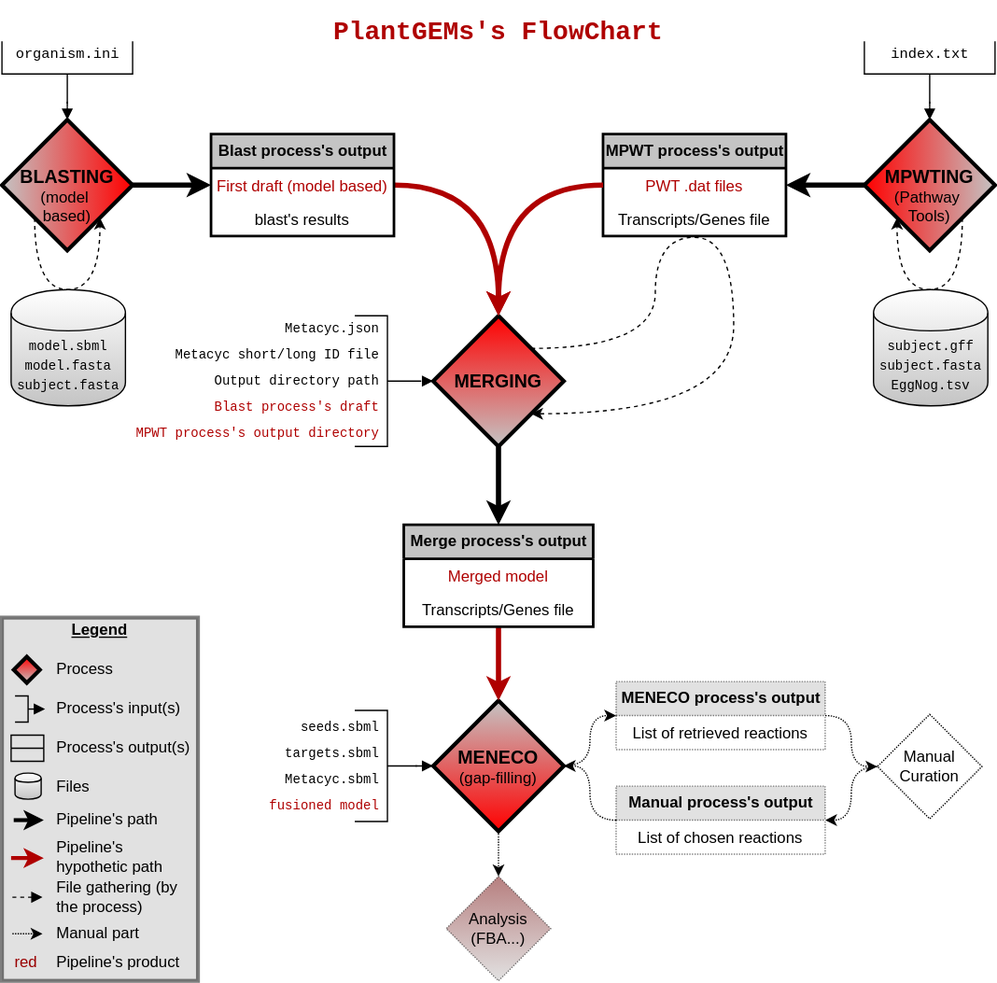
This is Flowchart_PlantGEMs.drawio.svg from AsaLap/PlantGEMs, a draw.io export, as it was before one commit. Source tidied: cells renumbered, new cells last; positions are measured from the earlier drawing's top-left corner, leaving out a move shared by most shapes.
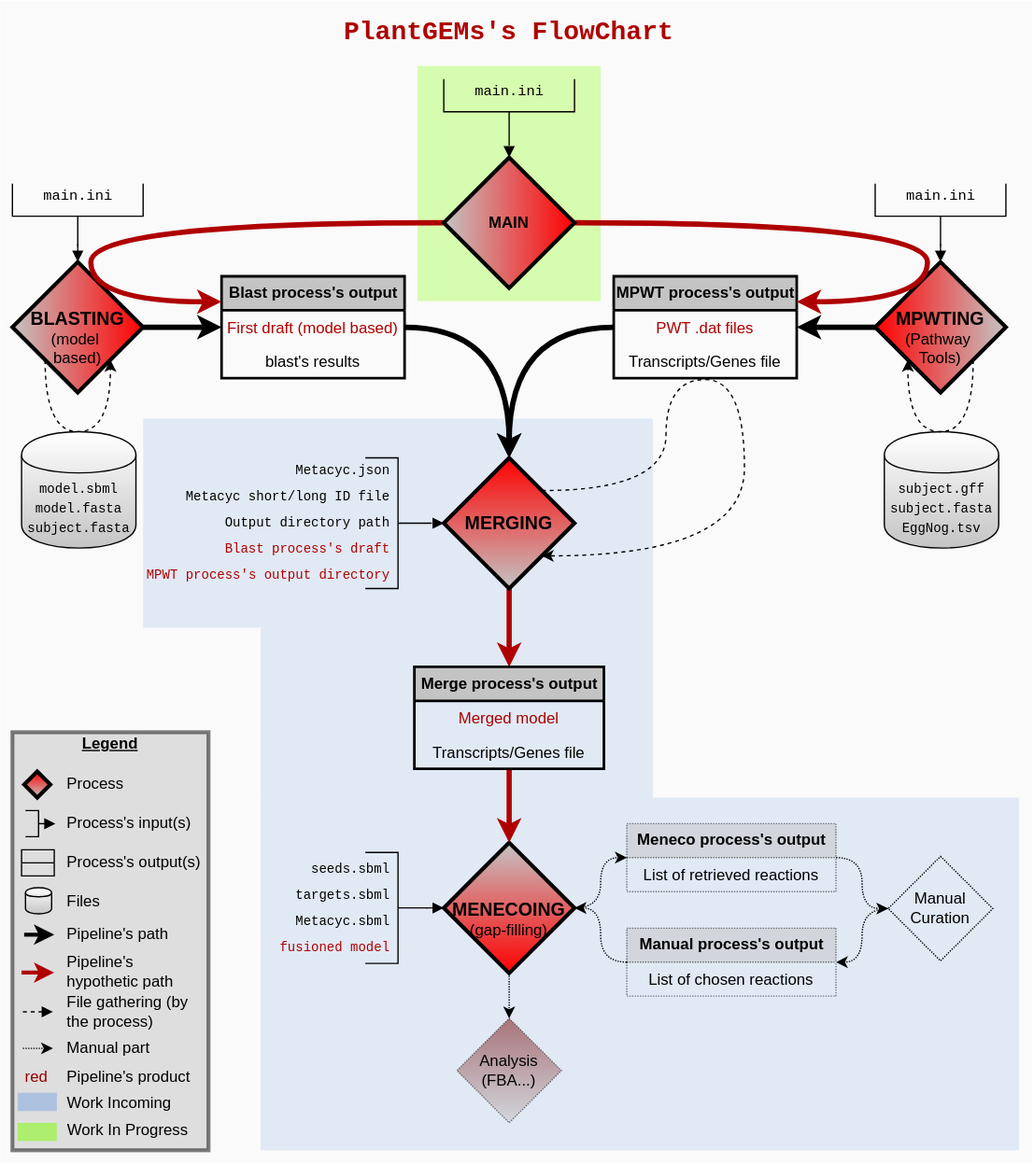
Later version of the same file.

Change to the diagram source:
```diff
@@ -4,4 +4,19 @@
     <mxCell id="1" parent="0" />
+    <mxCell id="77" style="rounded=0;whiteSpace=wrap;html=1;shadow=0;strokeColor=none;fillColor=#FAFAFA;" parent="1" vertex="1">
+      <mxGeometry x="-9.2" y="-119" width="789.2" height="890" as="geometry" />
+    </mxCell>
+    <mxCell id="78" style="rounded=0;whiteSpace=wrap;html=1;fillColor=#80FF00;shadow=0;opacity=30;strokeColor=none;" parent="1" vertex="1">
+      <mxGeometry x="310" y="-69" width="140" height="180" as="geometry" />
+    </mxCell>
+    <mxCell id="79" style="rounded=0;whiteSpace=wrap;html=1;fillColor=#7EA6E0;shadow=0;opacity=20;strokeColor=none;" parent="1" vertex="1">
+      <mxGeometry x="100" y="201" width="390" height="160" as="geometry" />
+    </mxCell>
+    <mxCell id="80" style="rounded=0;whiteSpace=wrap;html=1;fillColor=#7EA6E0;shadow=0;opacity=20;strokeColor=none;" parent="1" vertex="1">
+      <mxGeometry x="190" y="361" width="300" height="130" as="geometry" />
+    </mxCell>
+    <mxCell id="81" style="rounded=0;whiteSpace=wrap;html=1;fillColor=#7EA6E0;shadow=0;opacity=20;strokeColor=none;" parent="1" vertex="1">
+      <mxGeometry x="190" y="491" width="580" height="270" as="geometry" />
+    </mxCell>
-    <mxCell id="2" value="&lt;font color=&quot;#000000&quot;&gt;&lt;b&gt;&lt;u&gt;Legend&lt;br&gt;&lt;br&gt;&lt;/u&gt;&lt;/b&gt;&lt;br&gt;&lt;br&gt;&lt;br&gt;&lt;br&gt;&lt;br&gt;&lt;br&gt;&lt;br&gt;&lt;br&gt;&lt;br&gt;&lt;br&gt;&lt;/font&gt;&lt;div style=&quot;text-align: left&quot;&gt;&lt;font color=&quot;#000000&quot;&gt;&lt;br&gt;&lt;/font&gt;&lt;/div&gt;&lt;div style=&quot;text-align: left&quot;&gt;&lt;font color=&quot;#000000&quot;&gt;&lt;br&gt;&lt;/font&gt;&lt;/div&gt;&lt;div style=&quot;text-align: left&quot;&gt;&lt;font color=&quot;#000000&quot;&gt;&lt;br&gt;&lt;/font&gt;&lt;/div&gt;&lt;div style=&quot;text-align: left&quot;&gt;&lt;font color=&quot;#000000&quot;&gt;&lt;br&gt;&lt;/font&gt;&lt;/div&gt;&lt;div style=&quot;text-align: left&quot;&gt;&lt;br&gt;&lt;/div&gt;&lt;div style=&quot;text-align: left&quot;&gt;&lt;br&gt;&lt;/div&gt;&lt;div style=&quot;text-align: left&quot;&gt;&lt;br&gt;&lt;/div&gt;" style="rounded=0;whiteSpace=wrap;html=1;labelBackgroundColor=none;strokeWidth=3;fontColor=#FFFFFF;align=center;shadow=0;opacity=50;gradientDirection=north;fillColor=#C4C4C4;" parent="1" vertex="1">
-      <mxGeometry y="462" width="150" height="278" as="geometry" />
+    <mxCell id="2" value="&lt;font color=&quot;#000000&quot;&gt;&lt;b&gt;&lt;u&gt;Legend&lt;br&gt;&lt;br&gt;&lt;/u&gt;&lt;/b&gt;&lt;br&gt;&lt;br&gt;&lt;br&gt;&lt;br&gt;&lt;br&gt;&lt;br&gt;&lt;br&gt;&lt;br&gt;&lt;br&gt;&lt;br&gt;&lt;/font&gt;&lt;div style=&quot;text-align: left&quot;&gt;&lt;font color=&quot;#000000&quot;&gt;&lt;br&gt;&lt;/font&gt;&lt;/div&gt;&lt;div style=&quot;text-align: left&quot;&gt;&lt;font color=&quot;#000000&quot;&gt;&lt;br&gt;&lt;/font&gt;&lt;/div&gt;&lt;div style=&quot;text-align: left&quot;&gt;&lt;font color=&quot;#000000&quot;&gt;&lt;br&gt;&lt;/font&gt;&lt;/div&gt;&lt;div style=&quot;text-align: left&quot;&gt;&lt;font color=&quot;#000000&quot;&gt;&lt;br&gt;&lt;/font&gt;&lt;/div&gt;&lt;div style=&quot;text-align: left&quot;&gt;&lt;br&gt;&lt;/div&gt;&lt;div style=&quot;text-align: left&quot;&gt;&lt;br&gt;&lt;/div&gt;&lt;div style=&quot;text-align: left&quot;&gt;&lt;br&gt;&lt;/div&gt;&lt;div style=&quot;text-align: left&quot;&gt;&lt;br&gt;&lt;/div&gt;&lt;div style=&quot;text-align: left&quot;&gt;&lt;br&gt;&lt;/div&gt;&lt;div style=&quot;text-align: left&quot;&gt;&lt;br&gt;&lt;/div&gt;" style="rounded=0;whiteSpace=wrap;html=1;labelBackgroundColor=none;strokeWidth=3;fontColor=#FFFFFF;align=center;shadow=0;opacity=50;gradientDirection=north;fillColor=#C4C4C4;" parent="1" vertex="1">
+      <mxGeometry y="441" width="150" height="320" as="geometry" />
     </mxCell>
@@ -29,3 +44,3 @@
     </mxCell>
-    <mxCell id="8" style="edgeStyle=orthogonalEdgeStyle;curved=1;jettySize=auto;html=1;entryX=0.5;entryY=0;entryDx=0;entryDy=0;startArrow=none;startFill=0;fontColor=#6F0000;strokeWidth=4;" parent="1" edge="1" source="9" target="54">
+    <mxCell id="8" style="edgeStyle=orthogonalEdgeStyle;curved=1;jettySize=auto;html=1;entryX=0.5;entryY=0;entryDx=0;entryDy=0;startArrow=none;startFill=0;fontColor=#6F0000;strokeWidth=4;strokeColor=#AF0000;" parent="1" edge="1" source="9" target="54">
       <mxGeometry relative="1" as="geometry" />
@@ -41,3 +56,3 @@
     </mxCell>
-    <mxCell id="12" value="&lt;b&gt;&lt;font style=&quot;font-size: 14px&quot;&gt;MENECO&lt;/font&gt;&lt;/b&gt;&lt;br&gt;(gap-filling)" style="rhombus;whiteSpace=wrap;html=1;rounded=0;strokeWidth=3;gradientDirection=north;gradientColor=#C4C4C4;fillColor=#FF0000;" parent="1" vertex="1">
+    <mxCell id="12" value="&lt;b&gt;&lt;font style=&quot;font-size: 14px&quot;&gt;&lt;br&gt;MENECOING&lt;/font&gt;&lt;/b&gt;&lt;br&gt;(gap-filling)" style="rhombus;whiteSpace=wrap;html=1;rounded=0;strokeWidth=3;gradientDirection=north;gradientColor=#C4C4C4;fillColor=#FF0000;" parent="1" vertex="1">
       <mxGeometry x="330" y="525.5" width="100" height="100" as="geometry" />
@@ -68,3 +83,3 @@
     </mxCell>
-    <mxCell id="21" style="edgeStyle=orthogonalEdgeStyle;curved=1;jettySize=auto;html=1;entryX=0.5;entryY=0;entryDx=0;entryDy=0;startArrow=none;startFill=0;fillColor=#a20025;strokeWidth=4;fontColor=#AF0000;strokeColor=#AF0000;" parent="1" edge="1" source="22" target="9">
+    <mxCell id="21" style="edgeStyle=orthogonalEdgeStyle;curved=1;jettySize=auto;html=1;entryX=0.5;entryY=0;entryDx=0;entryDy=0;startArrow=none;startFill=0;fillColor=#a20025;strokeWidth=4;fontColor=#AF0000;strokeColor=#000000;" parent="1" edge="1" source="22" target="9">
       <mxGeometry relative="1" as="geometry" />
@@ -95,4 +110,4 @@
     </mxCell>
-    <mxCell id="30" value="organism.ini" style="text;html=1;align=center;verticalAlign=middle;fontFamily=Courier New;fontSize=11;" parent="1" vertex="1">
-      <mxGeometry x="5" y="21" width="90" height="20" as="geometry" />
+    <mxCell id="30" value="main.ini" style="text;html=1;align=center;verticalAlign=middle;fontFamily=Courier New;fontSize=11;" parent="1" vertex="1">
+      <mxGeometry x="15" y="21" width="70" height="20" as="geometry" />
     </mxCell>
@@ -101,3 +116,3 @@
     </mxCell>
-    <mxCell id="32" value="index.txt" style="text;html=1;align=center;verticalAlign=middle;fontFamily=Courier New;fontSize=11;" parent="1" vertex="1">
+    <mxCell id="32" value="main.ini" style="text;html=1;align=center;verticalAlign=middle;fontFamily=Courier New;fontSize=11;" parent="1" vertex="1">
       <mxGeometry x="675" y="21" width="70" height="20" as="geometry" />
@@ -134,3 +149,3 @@
     </mxCell>
-    <mxCell id="39" style="edgeStyle=orthogonalEdgeStyle;curved=1;jettySize=auto;html=1;exitX=0;exitY=0.5;exitDx=0;exitDy=0;entryX=0.5;entryY=0;entryDx=0;entryDy=0;startArrow=none;startFill=0;fontColor=#6F0000;fillColor=#a20025;strokeWidth=4;strokeColor=#AF0000;" parent="1" edge="1" source="26" target="9">
+    <mxCell id="39" style="edgeStyle=orthogonalEdgeStyle;curved=1;jettySize=auto;html=1;exitX=0;exitY=0.5;exitDx=0;exitDy=0;entryX=0.5;entryY=0;entryDx=0;entryDy=0;startArrow=none;startFill=0;fontColor=#6F0000;fillColor=#a20025;strokeWidth=4;strokeColor=#000000;" parent="1" edge="1" source="26" target="9">
       <mxGeometry relative="1" as="geometry" />
@@ -166,3 +181,3 @@
     </mxCell>
-    <mxCell id="49" value="&lt;b&gt;MENECO process's output&lt;/b&gt;" style="swimlane;fontStyle=0;horizontal=1;startSize=26;labelBackgroundColor=none;fontColor=#000000;align=center;html=1;dashed=1;dashPattern=1 1;fillColor=#C4C4C4;opacity=50;" parent="1" vertex="1">
+    <mxCell id="49" value="&lt;b&gt;Meneco process's output&lt;/b&gt;" style="swimlane;fontStyle=0;horizontal=1;startSize=26;labelBackgroundColor=none;fontColor=#000000;align=center;html=1;dashed=1;dashPattern=1 1;fillColor=#C4C4C4;opacity=50;" parent="1" vertex="1">
       <mxGeometry x="470" y="511" width="160" height="52" as="geometry" />
@@ -194,21 +209,21 @@
     <mxCell id="58" style="strokeWidth=1;html=1;shape=mxgraph.flowchart.annotation_2;align=left;labelPosition=right;direction=west;" parent="1" vertex="1">
-      <mxGeometry x="10" y="522" width="20" height="20" as="geometry" />
+      <mxGeometry x="10" y="501" width="20" height="20" as="geometry" />
     </mxCell>
     <mxCell id="59" value="Process's input(s)" style="text;html=1;align=left;verticalAlign=middle;points=[];" parent="1" vertex="1">
-      <mxGeometry x="40" y="522" width="110" height="20" as="geometry" />
+      <mxGeometry x="40" y="501" width="110" height="20" as="geometry" />
     </mxCell>
     <mxCell id="60" value="Process's output(s)" style="text;html=1;align=left;verticalAlign=middle;" parent="1" vertex="1">
-      <mxGeometry x="39.5" y="552" width="120" height="20" as="geometry" />
+      <mxGeometry x="39.5" y="531" width="120" height="20" as="geometry" />
     </mxCell>
     <mxCell id="61" style="rhombus;whiteSpace=wrap;html=1;strokeWidth=3;fillColor=#FF0000;gradientColor=#C4C4C4;" parent="1" vertex="1">
-      <mxGeometry x="9" y="492" width="20" height="20" as="geometry" />
+      <mxGeometry x="9" y="471" width="20" height="20" as="geometry" />
     </mxCell>
     <mxCell id="62" value="Process" style="text;html=1;align=left;verticalAlign=middle;" parent="1" vertex="1">
-      <mxGeometry x="40" y="492" width="60" height="20" as="geometry" />
+      <mxGeometry x="40" y="471" width="60" height="20" as="geometry" />
     </mxCell>
     <mxCell id="63" style="shape=cylinder;whiteSpace=wrap;html=1;boundedLbl=1;backgroundOutline=1;labelBackgroundColor=none;fontColor=#000000;align=left;gradientColor=#ffffff;fillColor=#C4C4C4;gradientDirection=north;" parent="1" vertex="1">
-      <mxGeometry x="10" y="581" width="20" height="20" as="geometry" />
+      <mxGeometry x="10" y="560" width="20" height="20" as="geometry" />
     </mxCell>
     <mxCell id="64" value="Files" style="text;html=1;align=left;verticalAlign=middle;" parent="1" vertex="1">
-      <mxGeometry x="40" y="582" width="40" height="20" as="geometry" />
+      <mxGeometry x="40" y="561" width="40" height="20" as="geometry" />
     </mxCell>
@@ -216,4 +231,4 @@
       <mxGeometry relative="1" as="geometry">
-        <mxPoint x="8" y="676" as="sourcePoint" />
-        <mxPoint x="31" y="676" as="targetPoint" />
+        <mxPoint x="8" y="655" as="sourcePoint" />
+        <mxPoint x="31" y="655" as="targetPoint" />
       </mxGeometry>
@@ -221,9 +236,9 @@
     <mxCell id="66" value="File gathering (by &lt;br&gt;the process)" style="text;html=1;align=left;verticalAlign=middle;" parent="1" vertex="1">
-      <mxGeometry x="40" y="661" width="110" height="30" as="geometry" />
+      <mxGeometry x="40" y="640" width="110" height="30" as="geometry" />
     </mxCell>
     <mxCell id="67" value="Manual part" style="text;html=1;align=left;verticalAlign=middle;" parent="1" vertex="1">
-      <mxGeometry x="40" y="694" width="80" height="20" as="geometry" />
+      <mxGeometry x="40" y="673" width="80" height="20" as="geometry" />
     </mxCell>
     <mxCell id="68" value="&lt;h1&gt;PlantGEMs's FlowChart&lt;/h1&gt;" style="text;html=1;strokeColor=none;fillColor=none;spacing=5;spacingTop=-20;whiteSpace=wrap;overflow=hidden;rounded=0;labelBackgroundColor=none;fontFamily=Courier New;fontSize=10;fontColor=#AF0000;opacity=50;align=center;" parent="1" vertex="1">
-      <mxGeometry x="140" width="480" height="30" as="geometry" />
+      <mxGeometry x="140" y="-109" width="480" height="30" as="geometry" />
     </mxCell>
@@ -231,4 +246,4 @@
       <mxGeometry relative="1" as="geometry">
-        <mxPoint x="9" y="617" as="sourcePoint" />
-        <mxPoint x="32" y="617" as="targetPoint" />
+        <mxPoint x="9" y="596" as="sourcePoint" />
+        <mxPoint x="32" y="596" as="targetPoint" />
       </mxGeometry>
@@ -236,6 +251,6 @@
     <mxCell id="70" value="Pipeline's path" style="text;html=1;align=left;verticalAlign=middle;" parent="1" vertex="1">
-      <mxGeometry x="40" y="607" width="90" height="20" as="geometry" />
+      <mxGeometry x="40" y="586" width="90" height="20" as="geometry" />
     </mxCell>
     <mxCell id="71" value="Pipeline's&lt;br&gt;hypothetic path" style="text;html=1;align=left;verticalAlign=middle;" parent="1" vertex="1">
-      <mxGeometry x="40" y="630" width="100" height="30" as="geometry" />
+      <mxGeometry x="40" y="609" width="100" height="30" as="geometry" />
     </mxCell>
@@ -243,6 +258,6 @@
       <mxGeometry relative="1" as="geometry">
-        <mxPoint x="7" y="646" as="sourcePoint" />
-        <mxPoint x="32" y="646" as="targetPoint" />
+        <mxPoint x="7" y="625" as="sourcePoint" />
+        <mxPoint x="32" y="625" as="targetPoint" />
         <Array as="points">
-          <mxPoint x="22" y="646" />
+          <mxPoint x="22" y="625" />
         </Array>
@@ -252,4 +267,4 @@
       <mxGeometry relative="1" as="geometry">
-        <mxPoint x="8" y="704" as="sourcePoint" />
-        <mxPoint x="31" y="704" as="targetPoint" />
+        <mxPoint x="8" y="683" as="sourcePoint" />
+        <mxPoint x="31" y="683" as="targetPoint" />
       </mxGeometry>
@@ -257,10 +272,52 @@
     <mxCell id="74" value="Pipeline's product" style="text;html=1;align=left;verticalAlign=middle;" parent="1" vertex="1">
-      <mxGeometry x="40" y="716" width="110" height="20" as="geometry" />
+      <mxGeometry x="40" y="695" width="110" height="20" as="geometry" />
     </mxCell>
     <mxCell id="75" value="&lt;font color=&quot;#990000&quot;&gt;red&lt;/font&gt;" style="text;html=1;align=left;verticalAlign=middle;" parent="1" vertex="1">
-      <mxGeometry x="8" y="716" width="30" height="20" as="geometry" />
+      <mxGeometry x="8" y="695" width="30" height="20" as="geometry" />
     </mxCell>
     <mxCell id="76" style="swimlane;fontStyle=0;horizontal=1;startSize=10;fillColor=none;labelBackgroundColor=none;fontColor=#6F0000;align=left;html=1;" parent="1" vertex="1">
-      <mxGeometry x="7" y="552" width="25" height="20" as="geometry" />
+      <mxGeometry x="7" y="531" width="25" height="20" as="geometry" />
     </mxCell>
+    <mxCell id="82" style="edgeStyle=orthogonalEdgeStyle;curved=1;jettySize=auto;html=1;exitX=1;exitY=0.5;exitDx=0;exitDy=0;entryX=1;entryY=0.25;entryDx=0;entryDy=0;strokeColor=#AF0000;strokeWidth=4;" parent="1" edge="1" source="84" target="25">
+      <mxGeometry relative="1" as="geometry">
+        <Array as="points">
+          <mxPoint x="700" y="51" />
+          <mxPoint x="700" y="112" />
+        </Array>
+      </mxGeometry>
+    </mxCell>
+    <mxCell id="83" style="edgeStyle=orthogonalEdgeStyle;curved=1;jettySize=auto;html=1;exitX=0;exitY=0.5;exitDx=0;exitDy=0;entryX=0;entryY=0.25;entryDx=0;entryDy=0;strokeColor=#AF0000;strokeWidth=4;" parent="1" edge="1" source="84" target="22">
+      <mxGeometry relative="1" as="geometry">
+        <Array as="points">
+          <mxPoint x="60" y="51" />
+          <mxPoint x="60" y="112" />
+        </Array>
+      </mxGeometry>
+    </mxCell>
+    <mxCell id="84" value="&lt;b&gt;MAIN&lt;/b&gt;" style="rhombus;labelBorderColor=none;labelBackgroundColor=none;whiteSpace=wrap;html=1;strokeWidth=3;gradientDirection=west;gradientColor=#C4C4C4;fillColor=#FF0000;" parent="1" vertex="1">
+      <mxGeometry x="330" y="1" width="100" height="100" as="geometry" />
+    </mxCell>
+    <mxCell id="85" style="edgeStyle=orthogonalEdgeStyle;curved=1;jettySize=auto;html=1;exitX=0;exitY=0.5;exitDx=0;exitDy=0;exitPerimeter=0;dashed=1;dashPattern=1 4;startArrow=none;startFill=0;endArrow=block;endFill=1;fontColor=#FFFFFF;" parent="1" edge="1" source="86">
+      <mxGeometry relative="1" as="geometry">
+        <mxPoint x="380" y="1" as="targetPoint" />
+      </mxGeometry>
+    </mxCell>
+    <mxCell id="86" style="strokeWidth=1;html=1;shape=mxgraph.flowchart.annotation_2;align=left;labelPosition=right;direction=north;" parent="1" vertex="1">
+      <mxGeometry x="330" y="-59" width="100" height="50" as="geometry" />
+    </mxCell>
+    <mxCell id="87" value="main.ini" style="text;html=1;align=center;verticalAlign=middle;fontFamily=Courier New;fontSize=11;" parent="1" vertex="1">
+      <mxGeometry x="345" y="-59" width="70" height="20" as="geometry" />
+    </mxCell>
+    <mxCell id="88" style="rounded=0;whiteSpace=wrap;html=1;fillColor=#7EA6E0;shadow=0;opacity=50;strokeColor=none;" parent="1" vertex="1">
+      <mxGeometry x="4" y="717" width="30" height="14" as="geometry" />
+    </mxCell>
+    <mxCell id="89" value="Work Incoming" style="text;html=1;strokeColor=none;fillColor=none;align=center;verticalAlign=middle;whiteSpace=wrap;rounded=0;shadow=0;opacity=80;" parent="1" vertex="1">
+      <mxGeometry x="37" y="710" width="90" height="30" as="geometry" />
+    </mxCell>
+    <mxCell id="90" style="rounded=0;whiteSpace=wrap;html=1;fillColor=#80FF00;shadow=0;opacity=50;strokeColor=none;" parent="1" vertex="1">
+      <mxGeometry x="4" y="740" width="30" height="14" as="geometry" />
+    </mxCell>
+    <mxCell id="91" value="Work In Progress" style="text;html=1;strokeColor=none;fillColor=none;align=center;verticalAlign=middle;whiteSpace=wrap;rounded=0;shadow=0;opacity=80;" parent="1" vertex="1">
+      <mxGeometry x="37" y="731" width="103" height="30" as="geometry" />
+    </mxCell>
   </root>
```
